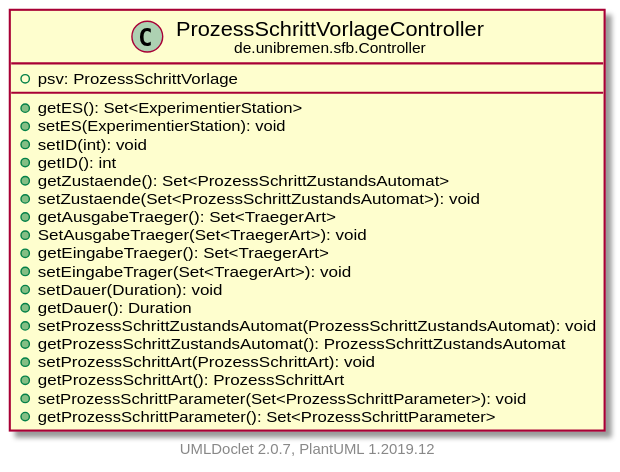
The PlantUML diagram doc/UML/modulsichtSVG/ProzessSchrittVorlageController.svg in fkehlenb/softwareprojekt-2, before a commit. Source of this version:
```plantuml
@startuml
    set namespaceSeparator none
    hide empty fields
    hide empty methods

    class "<size:14>ProzessSchrittVorlageController\n<size:10>de.unibremen.sfb.Controller" as de.unibremen.sfb.Controller.ProzessSchrittVorlageController [[ProzessSchrittVorlageController.html]] {
        +psv: ProzessSchrittVorlage
        +getES(): Set<ExperimentierStation>
        +setES(ExperimentierStation): void
        +setID(int): void
        +getID(): int
        +getZustaende(): Set<ProzessSchrittZustandsAutomat>
        +setZustaende(Set<ProzessSchrittZustandsAutomat>): void
        +getAusgabeTraeger(): Set<TraegerArt>
        +SetAusgabeTraeger(Set<TraegerArt>): void
        +getEingabeTraeger(): Set<TraegerArt>
        +setEingabeTrager(Set<TraegerArt>): void
        +setDauer(Duration): void
        +getDauer(): Duration
        +setProzessSchrittZustandsAutomat(ProzessSchrittZustandsAutomat): void
        +getProzessSchrittZustandsAutomat(): ProzessSchrittZustandsAutomat
        +setProzessSchrittArt(ProzessSchrittArt): void
        +getProzessSchrittArt(): ProzessSchrittArt
        +setProzessSchrittParameter(Set<ProzessSchrittParameter>): void
        +getProzessSchrittParameter(): Set<ProzessSchrittParameter>
    }

    center footer UMLDoclet 2.0.7, PlantUML 1.2019.12
@enduml
```
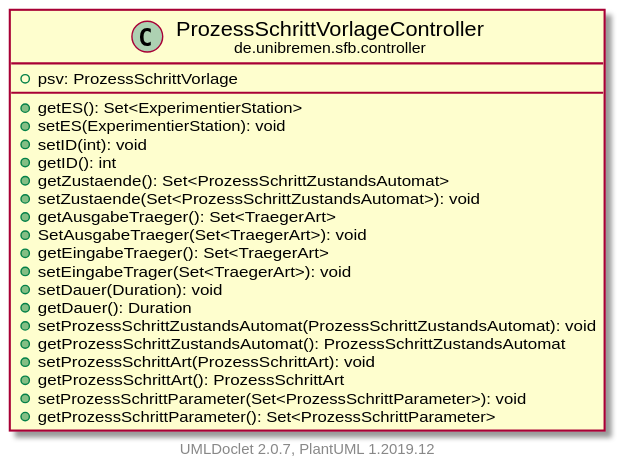
Above is the later version.

Diff of the diagram source:
```diff
@@ -3,7 +3,7 @@
     hide empty fields
     hide empty methods
 
-    class "<size:14>ProzessSchrittVorlageController\n<size:10>de.unibremen.sfb.Controller" as de.unibremen.sfb.Controller.ProzessSchrittVorlageController [[ProzessSchrittVorlageController.html]] {
+    class "<size:14>ProzessSchrittVorlageController\n<size:10>de.unibremen.sfb.controller" as de.unibremen.sfb.controller.ProzessSchrittVorlageController [[ProzessSchrittVorlageController.html]] {
         +psv: ProzessSchrittVorlage
         +getES(): Set<ExperimentierStation>
         +setES(ExperimentierStation): void
```
